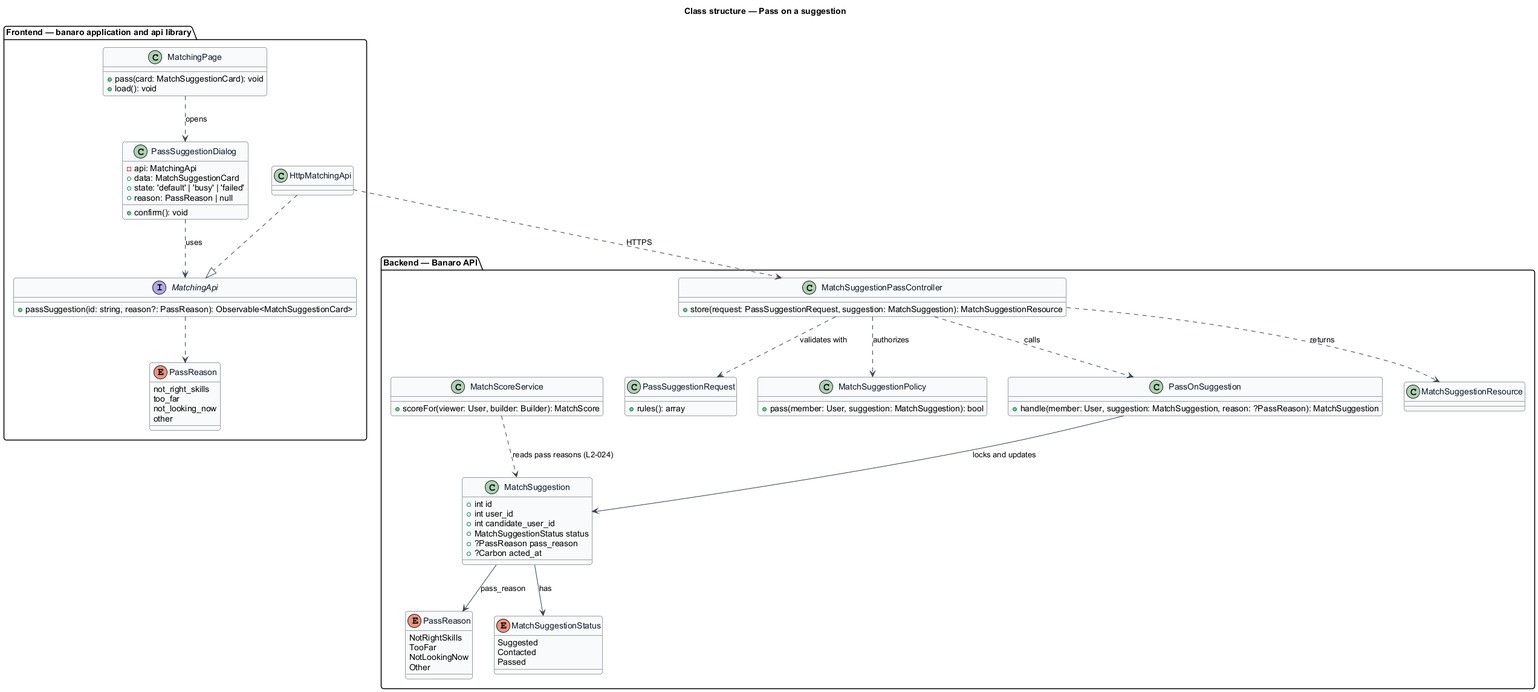
Before: docs/detailed-designs/matching/pass-on-suggestion/diagrams/class-structure.png, a diagram exported from PlantUML (QuinntyneBrown/banaro).
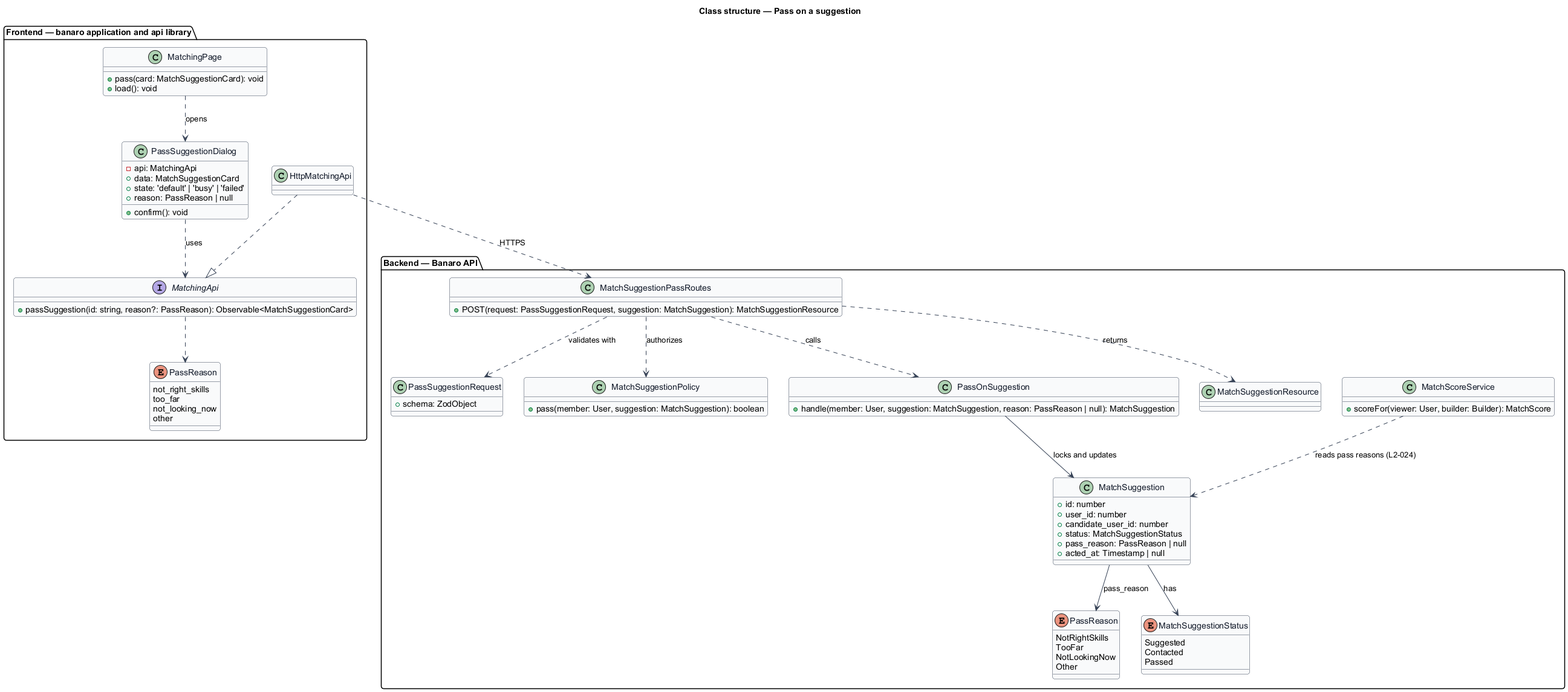
The same file after the commit.

Diff of the diagram source:
```diff
@@ -36,25 +36,25 @@
 }
 
 package "Backend — Banaro API" {
-  class MatchSuggestionPassController {
-    +store(request: PassSuggestionRequest, suggestion: MatchSuggestion): MatchSuggestionResource
+  class MatchSuggestionPassRoutes {
+    +POST(request: PassSuggestionRequest, suggestion: MatchSuggestion): MatchSuggestionResource
   }
   class PassSuggestionRequest {
-    +rules(): array
+    +schema: ZodObject
   }
   class MatchSuggestionPolicy {
-    +pass(member: User, suggestion: MatchSuggestion): bool
+    +pass(member: User, suggestion: MatchSuggestion): boolean
   }
   class PassOnSuggestion {
-    +handle(member: User, suggestion: MatchSuggestion, reason: ?PassReason): MatchSuggestion
+    +handle(member: User, suggestion: MatchSuggestion, reason: PassReason | null): MatchSuggestion
   }
   class MatchSuggestion {
-    +int id
-    +int user_id
-    +int candidate_user_id
-    +MatchSuggestionStatus status
-    +?PassReason pass_reason
-    +?Carbon acted_at
+    +id: number
+    +user_id: number
+    +candidate_user_id: number
+    +status: MatchSuggestionStatus
+    +pass_reason: PassReason | null
+    +acted_at: Timestamp | null
   }
   enum PassReason {
     NotRightSkills
@@ -77,12 +77,12 @@
 PassSuggestionDialog ..> MatchingApi : uses
 HttpMatchingApi ..|> MatchingApi
 MatchingApi ..> FePassReason
-HttpMatchingApi ..> MatchSuggestionPassController : HTTPS
+HttpMatchingApi ..> MatchSuggestionPassRoutes : HTTPS
 
-MatchSuggestionPassController ..> PassSuggestionRequest : validates with
-MatchSuggestionPassController ..> MatchSuggestionPolicy : authorizes
-MatchSuggestionPassController ..> PassOnSuggestion : calls
-MatchSuggestionPassController ..> MatchSuggestionResource : returns
+MatchSuggestionPassRoutes ..> PassSuggestionRequest : validates with
+MatchSuggestionPassRoutes ..> MatchSuggestionPolicy : authorizes
+MatchSuggestionPassRoutes ..> PassOnSuggestion : calls
+MatchSuggestionPassRoutes ..> MatchSuggestionResource : returns
 PassOnSuggestion --> MatchSuggestion : locks and updates
 MatchSuggestion --> MatchSuggestionStatus : has
 MatchSuggestion --> PassReason : pass_reason
```
